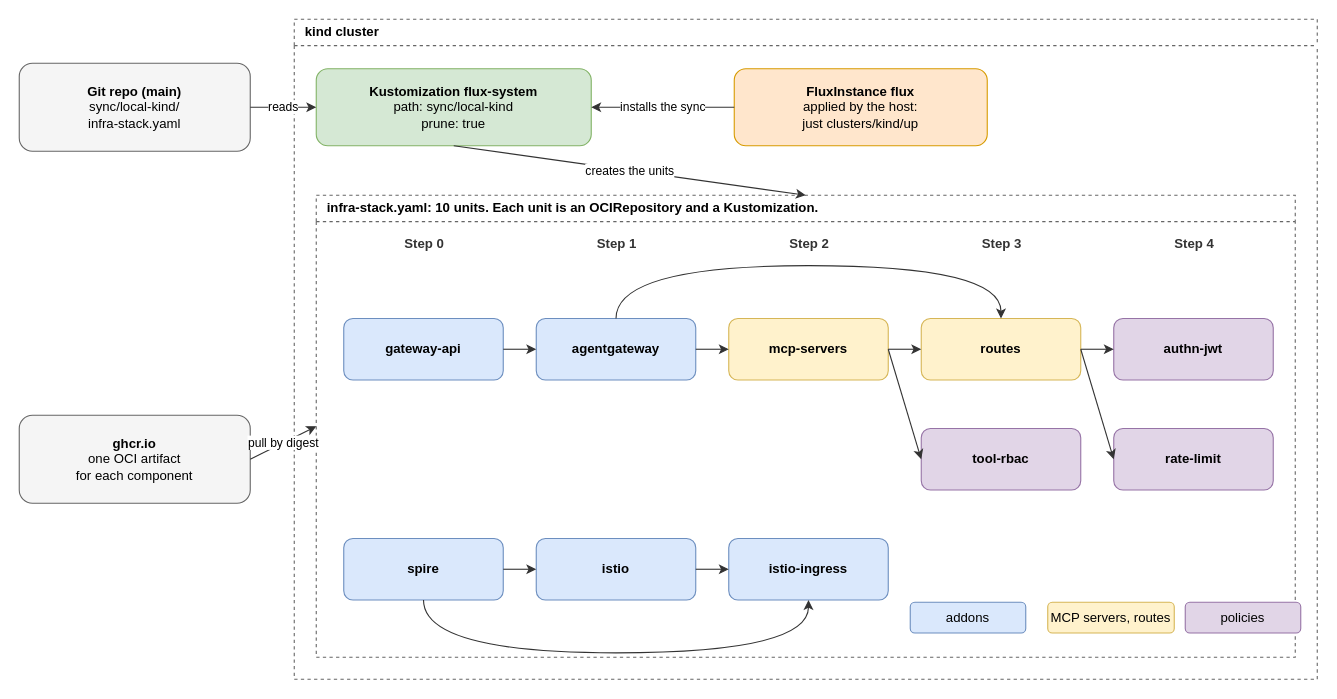
Above: code/mcp-sandbox/part-3-mcp-guardrails/docs/diagrams/orchestration.drawio in raghav19/engineersdaybook (draw.io), before the change. Source tidied: cells renumbered, new cells numbered last; positions are measured from the earlier drawing's top-left corner, leaving out a move shared by most shapes. Both pictures are drawn from the tidied source at 110%, with x=0, y=0 at pixel (19, 19).
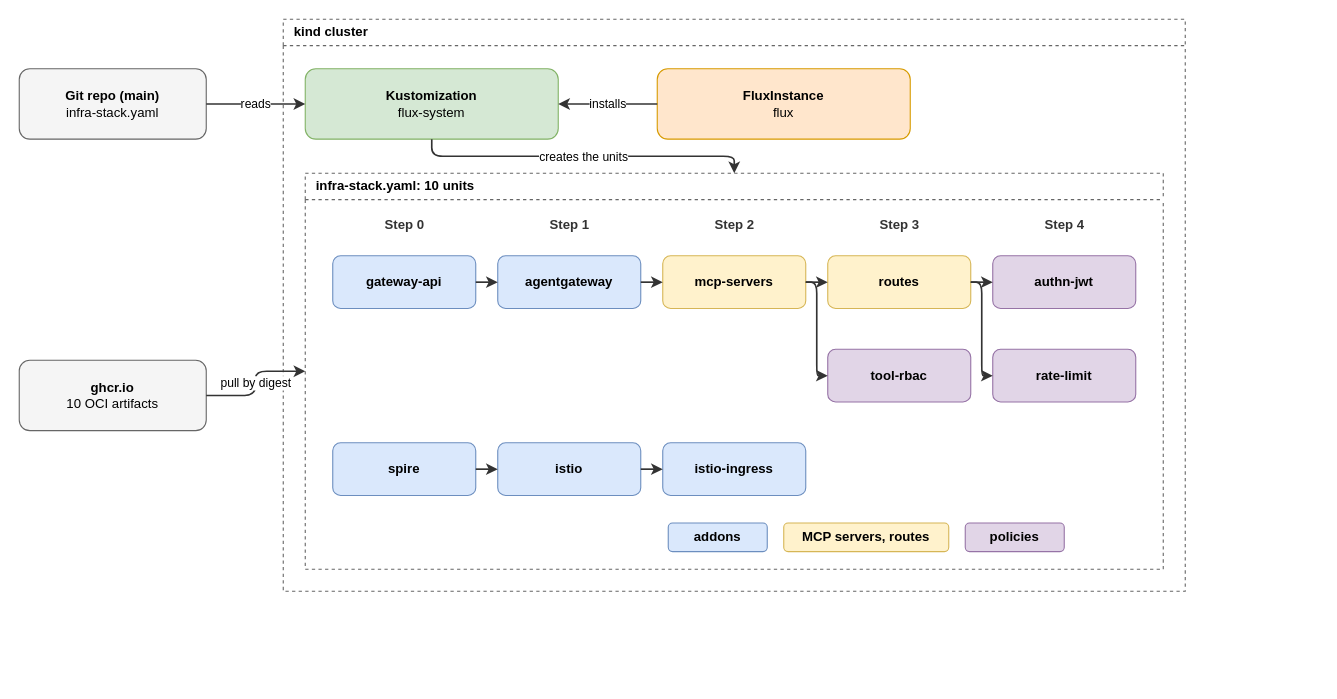
The same diagram, later.

Commit message (it also covers changes not shown here):
Simplify the orchestration diagram

Draw only the dependsOn arrows that the chain does not already imply, so every arrow joins neighbouring steps and no arrow jumps over a unit. Use rounded elbow arrows, centre the text, and use plain file names. The mermaid graph and a note in orchestration.md agree.

Assisted-by: claude-code/claude-sonnet-5-5

Change to the diagram source:
```diff
@@
-    <mxCell id="2" value="&lt;b&gt;Git repo (main)&lt;/b&gt;&lt;br&gt;sync/local-kind/&lt;br&gt;infra-stack.yaml" style="rounded=1;whiteSpace=wrap;html=1;fillColor=#f5f5f5;strokeColor=#666666;fontColor=#000000;" parent="1" vertex="1">
-      <mxGeometry y="40" width="210" height="80" as="geometry" />
+    <mxCell id="2" value="&lt;b&gt;Git repo (main)&lt;/b&gt;&lt;br&gt;infra-stack.yaml" style="rounded=1;whiteSpace=wrap;html=1;align=center;verticalAlign=middle;fillColor=#f5f5f5;strokeColor=#666666;fontColor=#000000;" parent="1" vertex="1">
+      <mxGeometry y="45" width="170" height="64" as="geometry" />
     </mxCell>
-    <mxCell id="3" value="&lt;b&gt;ghcr.io&lt;/b&gt;&lt;br&gt;one OCI artifact&lt;br&gt;for each component" style="rounded=1;whiteSpace=wrap;html=1;fillColor=#f5f5f5;strokeColor=#666666;fontColor=#000000;" parent="1" vertex="1">
-      <mxGeometry y="360" width="210" height="80" as="geometry" />
+    <mxCell id="3" value="&lt;b&gt;ghcr.io&lt;/b&gt;&lt;br&gt;10 OCI artifacts" style="rounded=1;whiteSpace=wrap;html=1;align=center;verticalAlign=middle;fillColor=#f5f5f5;strokeColor=#666666;fontColor=#000000;" parent="1" vertex="1">
+      <mxGeometry y="310" width="170" height="64" as="geometry" />
     </mxCell>
     <mxCell id="4" value="kind cluster" style="swimlane;startSize=24;fillColor=none;strokeColor=#666666;dashed=1;fontStyle=1;html=1;align=left;spacingLeft=8;" parent="1" vertex="1">
-      <mxGeometry x="250" width="930" height="600" as="geometry" />
+      <mxGeometry x="240" width="820" height="520" as="geometry" />
     </mxCell>
-    <mxCell id="5" value="&lt;b&gt;Kustomization flux-system&lt;/b&gt;&lt;br&gt;path: sync/local-kind&lt;br&gt;prune: true" style="rounded=1;whiteSpace=wrap;html=1;fillColor=#d5e8d4;strokeColor=#82b366;fontColor=#000000;" parent="4" vertex="1">
-      <mxGeometry x="20" y="45" width="250" height="70" as="geometry" />
+    <mxCell id="5" value="&lt;b&gt;Kustomization&lt;/b&gt;&lt;br&gt;flux-system" style="rounded=1;whiteSpace=wrap;html=1;align=center;verticalAlign=middle;fillColor=#d5e8d4;strokeColor=#82b366;fontColor=#000000;" parent="1" vertex="1">
+      <mxGeometry x="260" y="45" width="230" height="64" as="geometry" />
     </mxCell>
-    <mxCell id="6" value="&lt;b&gt;FluxInstance flux&lt;/b&gt;&lt;br&gt;applied by the host:&lt;br&gt;just clusters/kind/up" style="rounded=1;whiteSpace=wrap;html=1;fillColor=#ffe6cc;strokeColor=#d79b00;fontColor=#000000;" parent="4" vertex="1">
-      <mxGeometry x="400" y="45" width="230" height="70" as="geometry" />
+    <mxCell id="6" value="&lt;b&gt;FluxInstance&lt;/b&gt;&lt;br&gt;flux" style="rounded=1;whiteSpace=wrap;html=1;align=center;verticalAlign=middle;fillColor=#ffe6cc;strokeColor=#d79b00;fontColor=#000000;" parent="1" vertex="1">
+      <mxGeometry x="580" y="45" width="230" height="64" as="geometry" />
     </mxCell>
-    <mxCell id="7" value="infra-stack.yaml: 10 units. Each unit is an OCIRepository and a Kustomization." style="swimlane;startSize=24;fillColor=none;strokeColor=#666666;dashed=1;fontStyle=1;html=1;align=left;spacingLeft=8;" parent="4" vertex="1">
-      <mxGeometry x="20" y="160" width="890" height="420" as="geometry" />
+    <mxCell id="7" value="infra-stack.yaml: 10 units" style="swimlane;startSize=24;fillColor=none;strokeColor=#666666;dashed=1;fontStyle=1;html=1;align=left;spacingLeft=8;" parent="1" vertex="1">
+      <mxGeometry x="260" y="140" width="780" height="360" as="geometry" />
     </mxCell>
-    <mxCell id="8" value="&lt;b&gt;agentgateway&lt;/b&gt;" style="rounded=1;whiteSpace=wrap;html=1;fillColor=#dae8fc;strokeColor=#6c8ebf;fontColor=#000000;" parent="7" vertex="1">
-      <mxGeometry x="200" y="112" width="145" height="56" as="geometry" />
+    <mxCell id="8" value="&lt;b&gt;agentgateway&lt;/b&gt;" style="rounded=1;whiteSpace=wrap;html=1;align=center;verticalAlign=middle;fillColor=#dae8fc;strokeColor=#6c8ebf;fontColor=#000000;" parent="1" vertex="1">
+      <mxGeometry x="435" y="215" width="130" height="48" as="geometry" />
     </mxCell>
-    <mxCell id="9" value="&lt;b&gt;authn-jwt&lt;/b&gt;" style="rounded=1;whiteSpace=wrap;html=1;fillColor=#e1d5e7;strokeColor=#9673a6;fontColor=#000000;" parent="7" vertex="1">
-      <mxGeometry x="725" y="112" width="145" height="56" as="geometry" />
+    <mxCell id="9" value="&lt;b&gt;authn-jwt&lt;/b&gt;" style="rounded=1;whiteSpace=wrap;html=1;align=center;verticalAlign=middle;fillColor=#e1d5e7;strokeColor=#9673a6;fontColor=#000000;" parent="1" vertex="1">
+      <mxGeometry x="885" y="215" width="130" height="48" as="geometry" />
     </mxCell>
-    <mxCell id="10" value="&lt;b&gt;gateway-api&lt;/b&gt;" style="rounded=1;whiteSpace=wrap;html=1;fillColor=#dae8fc;strokeColor=#6c8ebf;fontColor=#000000;" parent="7" vertex="1">
-      <mxGeometry x="25" y="112" width="145" height="56" as="geometry" />
+    <mxCell id="10" value="&lt;b&gt;gateway-api&lt;/b&gt;" style="rounded=1;whiteSpace=wrap;html=1;align=center;verticalAlign=middle;fillColor=#dae8fc;strokeColor=#6c8ebf;fontColor=#000000;" parent="1" vertex="1">
+      <mxGeometry x="285" y="215" width="130" height="48" as="geometry" />
     </mxCell>
-    <mxCell id="11" value="&lt;b&gt;istio&lt;/b&gt;" style="rounded=1;whiteSpace=wrap;html=1;fillColor=#dae8fc;strokeColor=#6c8ebf;fontColor=#000000;" parent="7" vertex="1">
-      <mxGeometry x="200" y="312" width="145" height="56" as="geometry" />
+    <mxCell id="11" value="&lt;b&gt;istio&lt;/b&gt;" style="rounded=1;whiteSpace=wrap;html=1;align=center;verticalAlign=middle;fillColor=#dae8fc;strokeColor=#6c8ebf;fontColor=#000000;" parent="1" vertex="1">
+      <mxGeometry x="435" y="385" width="130" height="48" as="geometry" />
     </mxCell>
-    <mxCell id="12" value="&lt;b&gt;istio-ingress&lt;/b&gt;" style="rounded=1;whiteSpace=wrap;html=1;fillColor=#dae8fc;strokeColor=#6c8ebf;fontColor=#000000;" parent="7" vertex="1">
-      <mxGeometry x="375" y="312" width="145" height="56" as="geometry" />
+    <mxCell id="12" value="&lt;b&gt;istio-ingress&lt;/b&gt;" style="rounded=1;whiteSpace=wrap;html=1;align=center;verticalAlign=middle;fillColor=#dae8fc;strokeColor=#6c8ebf;fontColor=#000000;" parent="1" vertex="1">
+      <mxGeometry x="585" y="385" width="130" height="48" as="geometry" />
     </mxCell>
-    <mxCell id="13" value="&lt;b&gt;mcp-servers&lt;/b&gt;" style="rounded=1;whiteSpace=wrap;html=1;fillColor=#fff2cc;strokeColor=#d6b656;fontColor=#000000;" parent="7" vertex="1">
-      <mxGeometry x="375" y="112" width="145" height="56" as="geometry" />
+    <mxCell id="13" value="&lt;b&gt;mcp-servers&lt;/b&gt;" style="rounded=1;whiteSpace=wrap;html=1;align=center;verticalAlign=middle;fillColor=#fff2cc;strokeColor=#d6b656;fontColor=#000000;" parent="1" vertex="1">
+      <mxGeometry x="585" y="215" width="130" height="48" as="geometry" />
     </mxCell>
-    <mxCell id="14" value="&lt;b&gt;rate-limit&lt;/b&gt;" style="rounded=1;whiteSpace=wrap;html=1;fillColor=#e1d5e7;strokeColor=#9673a6;fontColor=#000000;" parent="7" vertex="1">
-      <mxGeometry x="725" y="212" width="145" height="56" as="geometry" />
+    <mxCell id="14" value="&lt;b&gt;rate-limit&lt;/b&gt;" style="rounded=1;whiteSpace=wrap;html=1;align=center;verticalAlign=middle;fillColor=#e1d5e7;strokeColor=#9673a6;fontColor=#000000;" parent="1" vertex="1">
+      <mxGeometry x="885" y="300" width="130" height="48" as="geometry" />
     </mxCell>
-    <mxCell id="15" value="&lt;b&gt;routes&lt;/b&gt;" style="rounded=1;whiteSpace=wrap;html=1;fillColor=#fff2cc;strokeColor=#d6b656;fontColor=#000000;" parent="7" vertex="1">
-      <mxGeometry x="550" y="112" width="145" height="56" as="geometry" />
+    <mxCell id="15" value="&lt;b&gt;routes&lt;/b&gt;" style="rounded=1;whiteSpace=wrap;html=1;align=center;verticalAlign=middle;fillColor=#fff2cc;strokeColor=#d6b656;fontColor=#000000;" parent="1" vertex="1">
+      <mxGeometry x="735" y="215" width="130" height="48" as="geometry" />
     </mxCell>
-    <mxCell id="16" value="&lt;b&gt;spire&lt;/b&gt;" style="rounded=1;whiteSpace=wrap;html=1;fillColor=#dae8fc;strokeColor=#6c8ebf;fontColor=#000000;" parent="7" vertex="1">
-      <mxGeometry x="25" y="312" width="145" height="56" as="geometry" />
+    <mxCell id="16" value="&lt;b&gt;spire&lt;/b&gt;" style="rounded=1;whiteSpace=wrap;html=1;align=center;verticalAlign=middle;fillColor=#dae8fc;strokeColor=#6c8ebf;fontColor=#000000;" parent="1" vertex="1">
+      <mxGeometry x="285" y="385" width="130" height="48" as="geometry" />
     </mxCell>
-    <mxCell id="17" value="&lt;b&gt;tool-rbac&lt;/b&gt;" style="rounded=1;whiteSpace=wrap;html=1;fillColor=#e1d5e7;strokeColor=#9673a6;fontColor=#000000;" parent="7" vertex="1">
-      <mxGeometry x="550" y="212" width="145" height="56" as="geometry" />
+    <mxCell id="17" value="&lt;b&gt;tool-rbac&lt;/b&gt;" style="rounded=1;whiteSpace=wrap;html=1;align=center;verticalAlign=middle;fillColor=#e1d5e7;strokeColor=#9673a6;fontColor=#000000;" parent="1" vertex="1">
+      <mxGeometry x="735" y="300" width="130" height="48" as="geometry" />
     </mxCell>
-    <mxCell id="18" value="&lt;b&gt;Step 0&lt;/b&gt;" style="text;html=1;align=center;verticalAlign=middle;fontColor=#333333;" parent="7" vertex="1">
-      <mxGeometry x="25" y="32" width="145" height="24" as="geometry" />
+    <mxCell id="18" value="&lt;b&gt;Step 0&lt;/b&gt;" style="text;html=1;align=center;verticalAlign=middle;fontColor=#333333;" parent="1" vertex="1">
+      <mxGeometry x="285" y="176" width="130" height="22" as="geometry" />
     </mxCell>
-    <mxCell id="19" value="&lt;b&gt;Step 1&lt;/b&gt;" style="text;html=1;align=center;verticalAlign=middle;fontColor=#333333;" parent="7" vertex="1">
-      <mxGeometry x="200" y="32" width="145" height="24" as="geometry" />
+    <mxCell id="19" value="&lt;b&gt;Step 1&lt;/b&gt;" style="text;html=1;align=center;verticalAlign=middle;fontColor=#333333;" parent="1" vertex="1">
+      <mxGeometry x="435" y="176" width="130" height="22" as="geometry" />
     </mxCell>
-    <mxCell id="20" value="&lt;b&gt;Step 2&lt;/b&gt;" style="text;html=1;align=center;verticalAlign=middle;fontColor=#333333;" parent="7" vertex="1">
-      <mxGeometry x="375" y="32" width="145" height="24" as="geometry" />
+    <mxCell id="20" value="&lt;b&gt;Step 2&lt;/b&gt;" style="text;html=1;align=center;verticalAlign=middle;fontColor=#333333;" parent="1" vertex="1">
+      <mxGeometry x="585" y="176" width="130" height="22" as="geometry" />
     </mxCell>
-    <mxCell id="21" value="&lt;b&gt;Step 3&lt;/b&gt;" style="text;html=1;align=center;verticalAlign=middle;fontColor=#333333;" parent="7" vertex="1">
-      <mxGeometry x="550" y="32" width="145" height="24" as="geometry" />
+    <mxCell id="21" value="&lt;b&gt;Step 3&lt;/b&gt;" style="text;html=1;align=center;verticalAlign=middle;fontColor=#333333;" parent="1" vertex="1">
+      <mxGeometry x="735" y="176" width="130" height="22" as="geometry" />
     </mxCell>
-    <mxCell id="22" value="&lt;b&gt;Step 4&lt;/b&gt;" style="text;html=1;align=center;verticalAlign=middle;fontColor=#333333;" parent="7" vertex="1">
-      <mxGeometry x="725" y="32" width="145" height="24" as="geometry" />
+    <mxCell id="22" value="&lt;b&gt;Step 4&lt;/b&gt;" style="text;html=1;align=center;verticalAlign=middle;fontColor=#333333;" parent="1" vertex="1">
+      <mxGeometry x="885" y="176" width="130" height="22" as="geometry" />
     </mxCell>
-    <mxCell id="23" value="addons" style="rounded=1;whiteSpace=wrap;html=1;fillColor=#dae8fc;strokeColor=#6c8ebf;fontColor=#000000;" parent="7" vertex="1">
-      <mxGeometry x="540" y="370" width="105" height="28" as="geometry" />
+    <mxCell id="23" value="&lt;b&gt;addons&lt;/b&gt;" style="rounded=1;whiteSpace=wrap;html=1;align=center;verticalAlign=middle;fillColor=#dae8fc;strokeColor=#6c8ebf;fontColor=#000000;" parent="1" vertex="1">
+      <mxGeometry x="590" y="458" width="90" height="26" as="geometry" />
     </mxCell>
-    <mxCell id="24" value="MCP servers, routes" style="rounded=1;whiteSpace=wrap;html=1;fillColor=#fff2cc;strokeColor=#d6b656;fontColor=#000000;" parent="7" vertex="1">
-      <mxGeometry x="665" y="370" width="115" height="28" as="geometry" />
+    <mxCell id="24" value="&lt;b&gt;MCP servers, routes&lt;/b&gt;" style="rounded=1;whiteSpace=wrap;html=1;align=center;verticalAlign=middle;fillColor=#fff2cc;strokeColor=#d6b656;fontColor=#000000;" parent="1" vertex="1">
+      <mxGeometry x="695" y="458" width="150" height="26" as="geometry" />
     </mxCell>
-    <mxCell id="25" value="policies" style="rounded=1;whiteSpace=wrap;html=1;fillColor=#e1d5e7;strokeColor=#9673a6;fontColor=#000000;" parent="7" vertex="1">
-      <mxGeometry x="790" y="370" width="105" height="28" as="geometry" />
+    <mxCell id="25" value="&lt;b&gt;policies&lt;/b&gt;" style="rounded=1;whiteSpace=wrap;html=1;align=center;verticalAlign=middle;fillColor=#e1d5e7;strokeColor=#9673a6;fontColor=#000000;" parent="1" vertex="1">
+      <mxGeometry x="860" y="458" width="90" height="26" as="geometry" />
     </mxCell>
+    <mxCell id="31" style="endArrow=classic;html=1;strokeColor=#333333;strokeWidth=1.5;edgeStyle=orthogonalEdgeStyle;rounded=1;arcSize=20;exitX=1;exitY=0.5;entryX=0;entryY=0.5;" parent="1" edge="1" source="8" target="13">
+      <mxGeometry relative="1" as="geometry" />
+    </mxCell>
-    <mxCell id="26" style="endArrow=classic;html=1;strokeColor=#333333;exitX=1;exitY=0.5;entryX=0;entryY=0.5;" parent="1" edge="1" source="10" target="8">
+    <mxCell id="26" style="endArrow=classic;html=1;strokeColor=#333333;strokeWidth=1.5;edgeStyle=orthogonalEdgeStyle;rounded=1;arcSize=20;exitX=1;exitY=0.5;entryX=0;entryY=0.5;" parent="1" edge="1" source="10" target="8">
       <mxGeometry relative="1" as="geometry" />
     </mxCell>
-    <mxCell id="27" style="endArrow=classic;html=1;strokeColor=#333333;exitX=1;exitY=0.5;entryX=0;entryY=0.5;" parent="1" edge="1" source="15" target="9">
-      <mxGeometry relative="1" as="geometry" />
-    </mxCell>
-    <mxCell id="28" style="endArrow=classic;html=1;strokeColor=#333333;exitX=1;exitY=0.5;entryX=0;entryY=0.5;" parent="1" edge="1" source="16" target="11">
-      <mxGeometry relative="1" as="geometry" />
-    </mxCell>
-    <mxCell id="29" style="endArrow=classic;html=1;strokeColor=#333333;exitX=1;exitY=0.5;entryX=0;entryY=0.5;" parent="1" edge="1" source="11" target="12">
+    <mxCell id="29" style="endArrow=classic;html=1;strokeColor=#333333;strokeWidth=1.5;edgeStyle=orthogonalEdgeStyle;rounded=1;arcSize=20;exitX=1;exitY=0.5;entryX=0;entryY=0.5;" parent="1" edge="1" source="11" target="12">
       <mxGeometry relative="1" as="geometry" />
     </mxCell>
-    <mxCell id="30" style="endArrow=classic;html=1;strokeColor=#333333;exitX=0.5;exitY=1;entryX=0.5;entryY=1;curved=1;" parent="1" edge="1" source="16" target="12">
-      <mxGeometry relative="1" as="geometry">
-        <Array as="points">
-          <mxPoint x="367.5" y="576" />
-          <mxPoint x="717.5" y="576" />
-        </Array>
-      </mxGeometry>
-    </mxCell>
-    <mxCell id="31" style="endArrow=classic;html=1;strokeColor=#333333;exitX=1;exitY=0.5;entryX=0;entryY=0.5;" parent="1" edge="1" source="8" target="13">
-      <mxGeometry relative="1" as="geometry" />
-    </mxCell>
-    <mxCell id="32" style="endArrow=classic;html=1;strokeColor=#333333;exitX=1;exitY=0.5;entryX=0;entryY=0.5;" parent="1" edge="1" source="15" target="14">
-      <mxGeometry relative="1" as="geometry" />
-    </mxCell>
-    <mxCell id="33" style="endArrow=classic;html=1;strokeColor=#333333;exitX=0.5;exitY=0;entryX=0.5;entryY=0;curved=1;" parent="1" edge="1" source="8" target="15">
-      <mxGeometry relative="1" as="geometry">
-        <Array as="points">
-          <mxPoint x="542.5" y="224" />
-          <mxPoint x="892.5" y="224" />
-        </Array>
-      </mxGeometry>
-    </mxCell>
-    <mxCell id="34" style="endArrow=classic;html=1;strokeColor=#333333;exitX=1;exitY=0.5;entryX=0;entryY=0.5;" parent="1" edge="1" source="13" target="15">
+    <mxCell id="34" style="endArrow=classic;html=1;strokeColor=#333333;strokeWidth=1.5;edgeStyle=orthogonalEdgeStyle;rounded=1;arcSize=20;exitX=1;exitY=0.5;entryX=0;entryY=0.5;" parent="1" edge="1" source="13" target="15">
       <mxGeometry relative="1" as="geometry" />
     </mxCell>
-    <mxCell id="35" style="endArrow=classic;html=1;strokeColor=#333333;exitX=1;exitY=0.5;entryX=0;entryY=0.5;" parent="1" edge="1" source="13" target="17">
+    <mxCell id="35" style="endArrow=classic;html=1;strokeColor=#333333;strokeWidth=1.5;edgeStyle=orthogonalEdgeStyle;rounded=1;arcSize=20;exitX=1;exitY=0.5;entryX=0;entryY=0.5;" parent="1" edge="1" source="13" target="17">
       <mxGeometry relative="1" as="geometry" />
     </mxCell>
+    <mxCell id="27" style="endArrow=classic;html=1;strokeColor=#333333;strokeWidth=1.5;edgeStyle=orthogonalEdgeStyle;rounded=1;arcSize=20;exitX=1;exitY=0.5;entryX=0;entryY=0.5;" parent="1" edge="1" source="15" target="9">
+      <mxGeometry relative="1" as="geometry" />
+    </mxCell>
+    <mxCell id="32" style="endArrow=classic;html=1;strokeColor=#333333;strokeWidth=1.5;edgeStyle=orthogonalEdgeStyle;rounded=1;arcSize=20;exitX=1;exitY=0.5;entryX=0;entryY=0.5;" parent="1" edge="1" source="15" target="14">
+      <mxGeometry relative="1" as="geometry" />
+    </mxCell>
+    <mxCell id="28" style="endArrow=classic;html=1;strokeColor=#333333;strokeWidth=1.5;edgeStyle=orthogonalEdgeStyle;rounded=1;arcSize=20;exitX=1;exitY=0.5;entryX=0;entryY=0.5;" parent="1" edge="1" source="16" target="11">
+      <mxGeometry relative="1" as="geometry" />
+    </mxCell>
-    <mxCell id="36" value="reads" style="endArrow=classic;html=1;strokeColor=#333333;exitX=1;exitY=0.5;entryX=0;entryY=0.5;" parent="1" edge="1" source="2" target="5">
+    <mxCell id="36" value="reads" style="endArrow=classic;html=1;strokeColor=#333333;strokeWidth=1.5;edgeStyle=orthogonalEdgeStyle;rounded=1;arcSize=20;exitX=1;exitY=0.5;entryX=0;entryY=0.5;" parent="1" edge="1" source="2" target="5">
       <mxGeometry relative="1" as="geometry" />
     </mxCell>
+    <mxCell id="38" value="installs" style="endArrow=classic;html=1;strokeColor=#333333;strokeWidth=1.5;edgeStyle=orthogonalEdgeStyle;rounded=1;arcSize=20;exitX=0;exitY=0.5;entryX=1;entryY=0.5;" parent="1" edge="1" source="6" target="5">
+      <mxGeometry relative="1" as="geometry" />
+    </mxCell>
-    <mxCell id="37" value="creates the units" style="endArrow=classic;html=1;strokeColor=#333333;exitX=0.5;exitY=1;entryX=0.5;entryY=0;" parent="1" edge="1" source="5" target="7">
+    <mxCell id="37" value="creates the units" style="endArrow=classic;html=1;strokeColor=#333333;strokeWidth=1.5;edgeStyle=orthogonalEdgeStyle;rounded=1;arcSize=20;exitX=0.5;exitY=1;entryX=0.5;entryY=0;" parent="1" edge="1" source="5" target="7">
       <mxGeometry relative="1" as="geometry" />
     </mxCell>
-    <mxCell id="38" value="installs the sync" style="endArrow=classic;html=1;strokeColor=#333333;exitX=0;exitY=0.5;entryX=1;entryY=0.5;" parent="1" edge="1" source="6" target="5">
-      <mxGeometry relative="1" as="geometry" />
-    </mxCell>
-    <mxCell id="39" value="pull by digest" style="endArrow=classic;html=1;strokeColor=#333333;exitX=1;exitY=0.5;entryX=0;entryY=0.5;" parent="1" edge="1" source="3" target="7">
+    <mxCell id="39" value="pull by digest" style="endArrow=classic;html=1;strokeColor=#333333;strokeWidth=1.5;edgeStyle=orthogonalEdgeStyle;rounded=1;arcSize=20;exitX=1;exitY=0.5;entryX=0;entryY=0.5;" parent="1" edge="1" source="3" target="7">
       <mxGeometry relative="1" as="geometry" />
     </mxCell>
```
